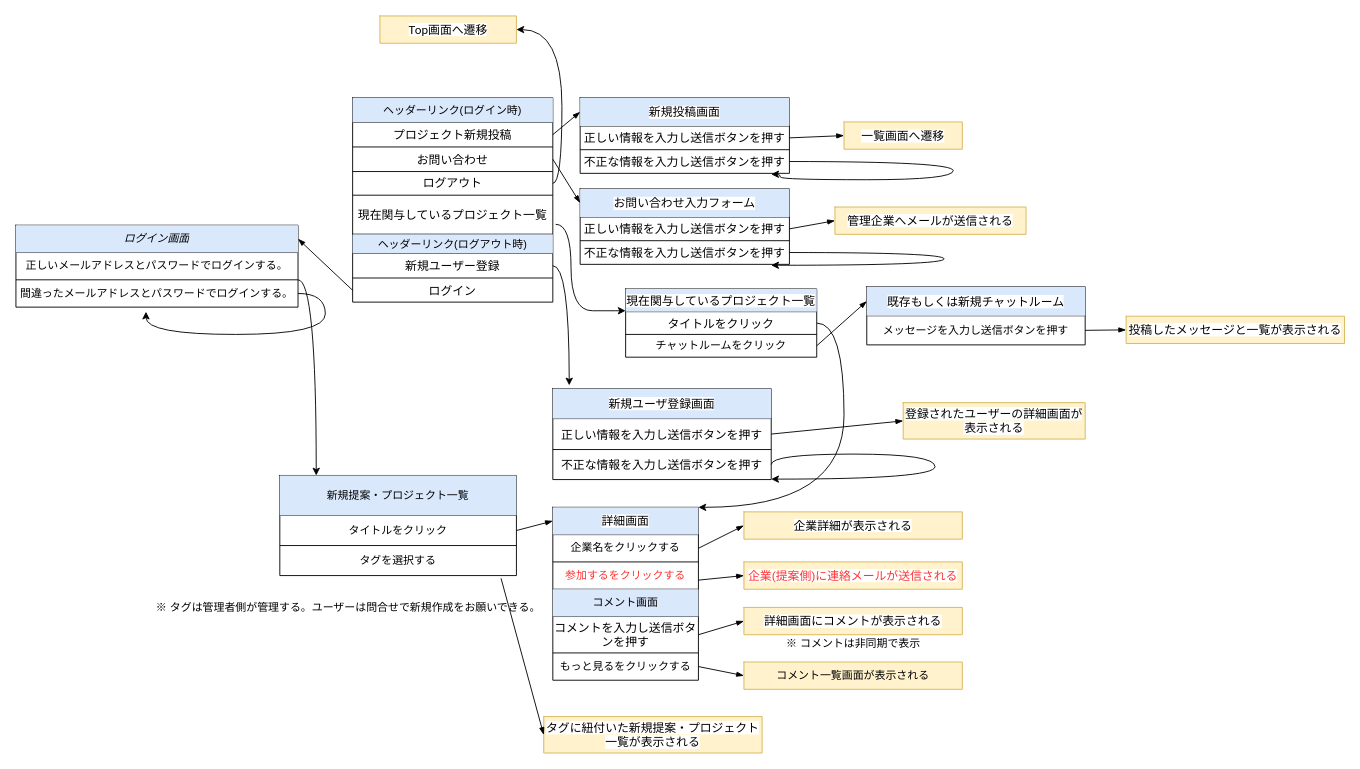
Sec-il-n/dic_guraduate_parts keeps this draw.io diagram as page "画面遷移図" (1 of 2) of 名称未設定ファイル.drawio. Above is the earlier version. Source tidied: cells renumbered, new cells numbered last; positions are measured from the earlier drawing's top-left corner, leaving out a move shared by most shapes. Both pictures are drawn from the tidied source at 91%, with x=0, y=0 at pixel (15, 15).
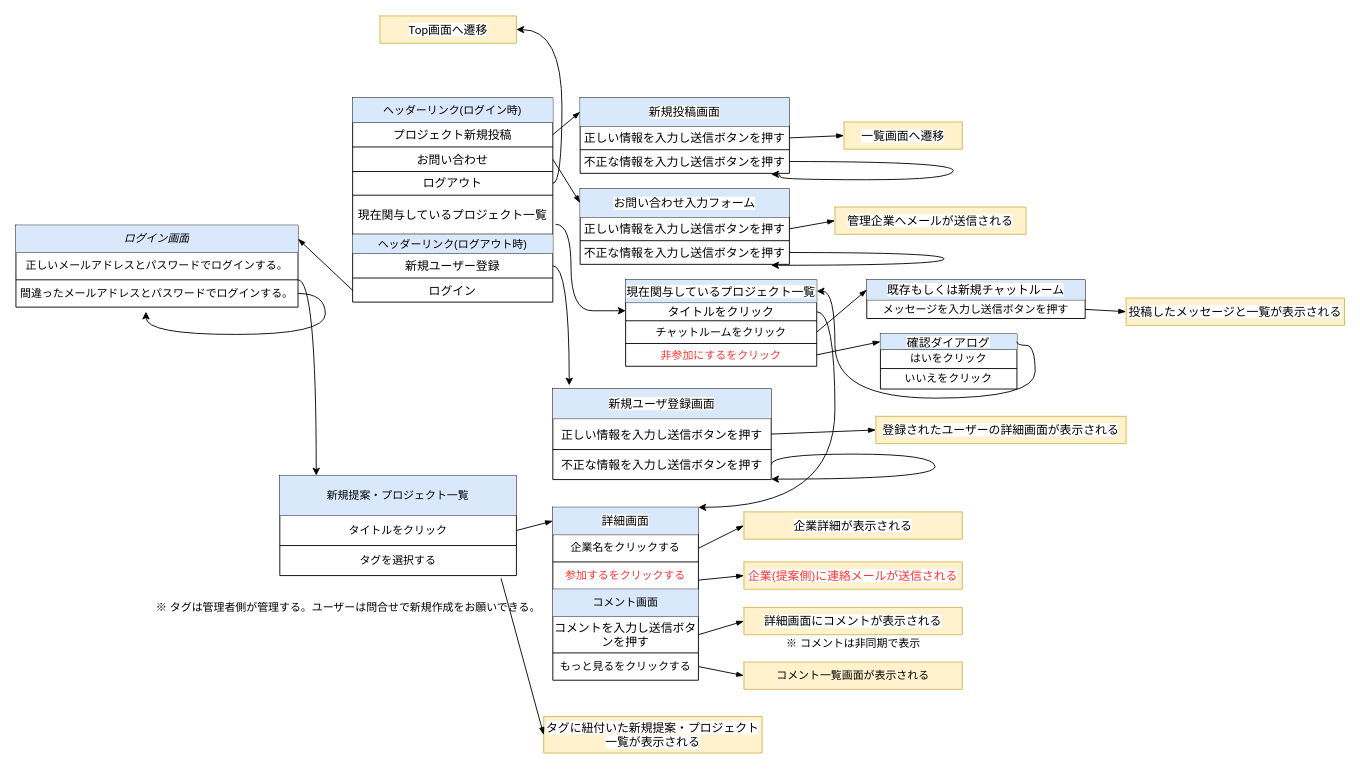
Above is the later version.

Commit message:
名称未設定ファイル.drawio を更新します

Unchanged cells that the change refers to:
```xml
<mxCell id="19" style="shape=partialRectangle;html=1;whiteSpace=wrap;fillColor=none;top=0;left=0;bottom=0;right=0;points=[[0,0.5],[1,0.5]];portConstraint=eastwest;" parent="18" vertex="1">
  <mxGeometry width="160" height="30" as="geometry" />
</mxCell>
<mxCell id="71" style="shape=partialRectangle;html=1;whiteSpace=wrap;fillColor=none;top=0;left=0;bottom=0;right=0;points=[[0,0.5],[1,0.5]];portConstraint=eastwest;" parent="70" vertex="1">
  <mxGeometry width="210" height="25" as="geometry" />
</mxCell>
```

The edit, as a diff of the source:
```diff
@@
     <mxCell id="69" style="edgeStyle=orthogonalEdgeStyle;curved=1;jettySize=auto;html=1;exitX=1;exitY=0.5;exitDx=0;exitDy=0;" parent="1" edge="1" source="73" target="19">
       <mxGeometry relative="1" as="geometry">
         <Array as="points">
-          <mxPoint x="910" y="338" />
-          <mxPoint x="910" y="540" />
+          <mxPoint x="900" y="325" />
+          <mxPoint x="900" y="540" />
         </Array>
       </mxGeometry>
     </mxCell>
     <mxCell id="70" style="shape=table;html=1;whiteSpace=wrap;startSize=0;childLayout=tableLayout;" parent="1" vertex="1">
-      <mxGeometry x="670" y="300" width="210" height="75" as="geometry" />
+      <mxGeometry x="670" y="290" width="210" height="95" as="geometry" />
     </mxCell>
@@
     <mxCell id="73" style="shape=partialRectangle;html=1;whiteSpace=wrap;fillColor=none;top=0;left=0;bottom=0;right=0;points=[[0,0.5],[1,0.5]];portConstraint=eastwest;" parent="70" vertex="1">
-      <mxGeometry y="25" width="210" height="25" as="geometry" />
+      <mxGeometry y="25" width="210" height="20" as="geometry" />
     </mxCell>
     <mxCell id="74" value="&lt;span style=&quot;color: rgb(0, 0, 0); font-family: roboto, robotodraft, helvetica, arial, sans-serif; font-size: 13px; font-style: normal; font-weight: 400; letter-spacing: normal; text-indent: 0px; text-transform: none; word-spacing: 0px; background-color: rgb(255, 255, 255); display: inline; float: none;&quot;&gt;タイトルをクリック&lt;/span&gt;" style="shape=partialRectangle;html=1;whiteSpace=wrap;overflow=hidden;fillColor=none;top=0;left=0;bottom=0;right=0;" parent="73" vertex="1">
-      <mxGeometry width="210" height="25" as="geometry" />
+      <mxGeometry width="210" height="20" as="geometry" />
     </mxCell>
     <mxCell id="75" style="shape=partialRectangle;html=1;whiteSpace=wrap;fillColor=none;top=0;left=0;bottom=0;right=0;points=[[0,0.5],[1,0.5]];portConstraint=eastwest;" parent="70" vertex="1">
-      <mxGeometry y="50" width="210" height="25" as="geometry" />
+      <mxGeometry y="45" width="210" height="25" as="geometry" />
     </mxCell>
@@
+    <mxCell id="136" style="shape=partialRectangle;html=1;whiteSpace=wrap;fillColor=none;top=0;left=0;bottom=0;right=0;points=[[0,0.5],[1,0.5]];portConstraint=eastwest;" parent="70" vertex="1">
+      <mxGeometry y="70" width="210" height="25" as="geometry" />
+    </mxCell>
+    <mxCell id="137" value="&lt;font color=&quot;#ff3333&quot;&gt;非参加にするをクリック&lt;/font&gt;" style="shape=partialRectangle;html=1;whiteSpace=wrap;overflow=hidden;fillColor=none;top=0;left=0;bottom=0;right=0;" parent="136" vertex="1">
+      <mxGeometry width="210" height="25" as="geometry" />
+    </mxCell>
@@
     <mxCell id="91" style="shape=table;html=1;whiteSpace=wrap;startSize=0;childLayout=tableLayout;fillColor=#fff2cc;strokeColor=#d6b656;" parent="1" vertex="1">
-      <mxGeometry x="975" y="425" width="200" height="40" as="geometry" />
+      <mxGeometry x="945" y="440" width="275" height="30" as="geometry" />
     </mxCell>
     <mxCell id="92" style="shape=partialRectangle;html=1;whiteSpace=wrap;fillColor=none;top=0;left=0;bottom=0;right=0;points=[[0,0.5],[1,0.5]];portConstraint=eastwest;" parent="91" vertex="1">
-      <mxGeometry width="200" height="40" as="geometry" />
+      <mxGeometry width="275" height="30" as="geometry" />
     </mxCell>
     <mxCell id="93" value="&lt;span style=&quot;font-family: &amp;#34;roboto&amp;#34; , &amp;#34;robotodraft&amp;#34; , &amp;#34;helvetica&amp;#34; , &amp;#34;arial&amp;#34; , sans-serif ; font-size: 13px ; background-color: rgb(255 , 255 , 255)&quot;&gt;登録されたユーザーの詳細画面が表示される&lt;/span&gt;" style="shape=partialRectangle;html=1;whiteSpace=wrap;overflow=hidden;fillColor=none;top=0;left=0;bottom=0;right=0;" parent="92" vertex="1">
-      <mxGeometry width="200" height="40" as="geometry" />
+      <mxGeometry width="275" height="30" as="geometry" />
     </mxCell>
@@
     <mxCell id="122" style="shape=table;html=1;whiteSpace=wrap;startSize=0;childLayout=tableLayout;" parent="1" vertex="1">
-      <mxGeometry x="935" y="297.5" width="240" height="64" as="geometry" />
+      <mxGeometry x="935" y="290" width="240" height="42.5" as="geometry" />
     </mxCell>
     <mxCell id="123" style="shape=partialRectangle;html=1;whiteSpace=wrap;fillColor=none;top=0;left=0;bottom=0;right=0;points=[[0,0.5],[1,0.5]];portConstraint=eastwest;" parent="122" vertex="1">
-      <mxGeometry width="240" height="32" as="geometry" />
+      <mxGeometry width="240" height="22" as="geometry" />
     </mxCell>
     <mxCell id="124" value="&lt;font face=&quot;roboto, robotodraft, helvetica, arial, sans-serif&quot;&gt;&lt;span style=&quot;font-size: 13px ; background-color: rgb(255 , 255 , 255)&quot;&gt;既存もしくは新規チャットルーム&lt;/span&gt;&lt;/font&gt;" style="shape=partialRectangle;html=1;whiteSpace=wrap;overflow=hidden;fillColor=#dae8fc;top=0;left=0;bottom=0;right=0;strokeColor=#6c8ebf;" parent="123" vertex="1">
-      <mxGeometry width="240" height="32" as="geometry" />
+      <mxGeometry width="240" height="22" as="geometry" />
     </mxCell>
     <mxCell id="125" style="shape=partialRectangle;html=1;whiteSpace=wrap;fillColor=none;top=0;left=0;bottom=0;right=0;points=[[0,0.5],[1,0.5]];portConstraint=eastwest;" parent="122" vertex="1">
-      <mxGeometry y="32" width="240" height="32" as="geometry" />
+      <mxGeometry y="22" width="240" height="21" as="geometry" />
     </mxCell>
     <mxCell id="126" value="メッセージを入力し送信ボタンを押す" style="shape=partialRectangle;html=1;whiteSpace=wrap;overflow=hidden;fillColor=none;top=0;left=0;bottom=0;right=0;" parent="125" vertex="1">
-      <mxGeometry width="240" height="32" as="geometry" />
+      <mxGeometry width="240" height="21" as="geometry" />
     </mxCell>
@@
     <mxCell id="128" style="shape=table;html=1;whiteSpace=wrap;startSize=0;childLayout=tableLayout;fillColor=#fff2cc;strokeColor=#d6b656;" parent="1" vertex="1">
-      <mxGeometry x="1220" y="330" width="240" height="30" as="geometry" />
+      <mxGeometry x="1220" y="310" width="240" height="30" as="geometry" />
     </mxCell>
@@
+    <mxCell id="138" style="shape=table;html=1;whiteSpace=wrap;startSize=0;childLayout=tableLayout;" parent="1" vertex="1">
+      <mxGeometry x="950" y="349.5" width="150" height="60.5" as="geometry" />
+    </mxCell>
+    <mxCell id="139" style="shape=partialRectangle;html=1;whiteSpace=wrap;fillColor=none;top=0;left=0;bottom=0;right=0;points=[[0,0.5],[1,0.5]];portConstraint=eastwest;" parent="138" vertex="1">
+      <mxGeometry width="150" height="17" as="geometry" />
+    </mxCell>
+    <mxCell id="140" value="&lt;font face=&quot;roboto, robotodraft, helvetica, arial, sans-serif&quot;&gt;&lt;span style=&quot;font-size: 13px ; background-color: rgb(255 , 255 , 255)&quot;&gt;確認ダイアログ&lt;/span&gt;&lt;/font&gt;" style="shape=partialRectangle;html=1;whiteSpace=wrap;overflow=hidden;fillColor=#dae8fc;top=0;left=0;bottom=0;right=0;strokeColor=#6c8ebf;" parent="139" vertex="1">
+      <mxGeometry width="150" height="17" as="geometry" />
+    </mxCell>
+    <mxCell id="141" style="shape=partialRectangle;html=1;whiteSpace=wrap;fillColor=none;top=0;left=0;bottom=0;right=0;" parent="138" vertex="1">
+      <mxGeometry y="17" width="150" height="21" as="geometry" />
+    </mxCell>
+    <mxCell id="142" value="はいをクリック" style="shape=partialRectangle;html=1;whiteSpace=wrap;overflow=hidden;fillColor=none;top=0;left=0;bottom=0;right=0;" parent="141" vertex="1">
+      <mxGeometry width="150" height="21" as="geometry" />
+    </mxCell>
+    <mxCell id="143" style="shape=partialRectangle;html=1;whiteSpace=wrap;fillColor=none;top=0;left=0;bottom=0;right=0;" parent="138" vertex="1">
+      <mxGeometry y="38" width="150" height="22" as="geometry" />
+    </mxCell>
+    <mxCell id="144" value="いいえをクリック" style="shape=partialRectangle;html=1;whiteSpace=wrap;overflow=hidden;fillColor=none;top=0;left=0;bottom=0;right=0;" parent="143" vertex="1">
+      <mxGeometry width="150" height="22" as="geometry" />
+    </mxCell>
+    <mxCell id="145" style="edgeStyle=none;jettySize=auto;html=1;entryX=1;entryY=0.5;entryDx=0;entryDy=0;startArrow=blockThin;startFill=1;endArrow=none;endFill=0;exitX=0;exitY=0.5;exitDx=0;exitDy=0;" parent="1" edge="1" source="139" target="136">
+      <mxGeometry relative="1" as="geometry" />
+    </mxCell>
+    <mxCell id="146" style="edgeStyle=orthogonalEdgeStyle;curved=1;jettySize=auto;html=1;entryX=1;entryY=0.5;entryDx=0;entryDy=0;exitX=1;exitY=0.5;exitDx=0;exitDy=0;" parent="1" edge="1" source="139" target="71">
+      <mxGeometry relative="1" as="geometry">
+        <Array as="points">
+          <mxPoint x="1100" y="362" />
+          <mxPoint x="1120" y="362" />
+          <mxPoint x="1120" y="420" />
+          <mxPoint x="900" y="420" />
+          <mxPoint x="900" y="303" />
+        </Array>
+      </mxGeometry>
+    </mxCell>
```
